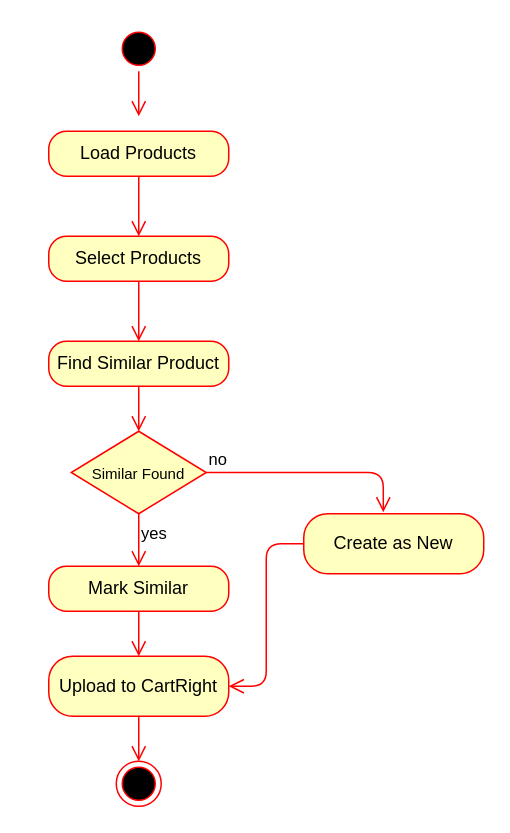
Above: products_map.drawio in shoaibijaz/soding (draw.io), before the change. Source tidied: cells renumbered, new cells numbered last; positions are measured from the earlier drawing's top-left corner, leaving out a move shared by most shapes. Both pictures are drawn from the tidied source at 150%, with x=0, y=0 at pixel (48, 26).
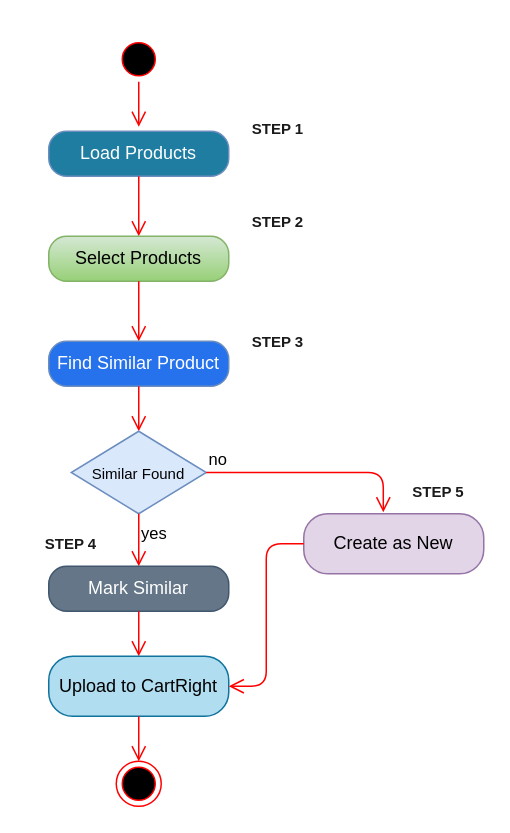
After the change.

Diff of the diagram source:
```diff
@@
     <mxCell id="2" style="ellipse;html=1;shape=startState;fillColor=#000000;strokeColor=#ff0000;" parent="1" vertex="1">
-      <mxGeometry x="45" width="30" height="30" as="geometry" />
+      <mxGeometry x="45" y="7" width="30" height="30" as="geometry" />
     </mxCell>
     <mxCell id="3" style="edgeStyle=orthogonalEdgeStyle;html=1;verticalAlign=bottom;endArrow=open;endSize=8;strokeColor=#ff0000;" parent="1" edge="1" source="2">
       <mxGeometry relative="1" as="geometry">
-        <mxPoint x="60" y="60" as="targetPoint" />
+        <mxPoint x="60" y="67" as="targetPoint" />
       </mxGeometry>
     </mxCell>
-    <mxCell id="4" value="Load Products" style="rounded=1;whiteSpace=wrap;html=1;arcSize=40;fontColor=#000000;fillColor=#ffffc0;strokeColor=#ff0000;" parent="1" vertex="1">
+    <mxCell id="4" value="Load Products" style="rounded=1;whiteSpace=wrap;html=1;arcSize=40;fillColor=#1e7da0;strokeColor=#6c8ebf;fontColor=#FFFFFF;" parent="1" vertex="1">
       <mxGeometry y="70" width="120" height="30" as="geometry" />
     </mxCell>
@@
-    <mxCell id="6" value="Select Products" style="rounded=1;whiteSpace=wrap;html=1;arcSize=40;fontColor=#000000;fillColor=#ffffc0;strokeColor=#ff0000;" parent="1" vertex="1">
+    <mxCell id="6" value="Select Products" style="rounded=1;whiteSpace=wrap;html=1;arcSize=40;fillColor=#d5e8d4;strokeColor=#82b366;gradientColor=#97d077;" parent="1" vertex="1">
       <mxGeometry y="140" width="120" height="30" as="geometry" />
     </mxCell>
@@
-    <mxCell id="8" value="Find Similar Product" style="rounded=1;whiteSpace=wrap;html=1;arcSize=40;fontColor=#000000;fillColor=#ffffc0;strokeColor=#ff0000;" parent="1" vertex="1">
+    <mxCell id="8" value="Find Similar Product" style="rounded=1;whiteSpace=wrap;html=1;arcSize=40;fillColor=#2672ec;strokeColor=#6C8EBF;fontColor=#FFFFFF;" parent="1" vertex="1">
       <mxGeometry y="210" width="120" height="30" as="geometry" />
     </mxCell>
@@
-    <mxCell id="10" value="Similar Found" style="rhombus;whiteSpace=wrap;html=1;fillColor=#ffffc0;strokeColor=#ff0000;fontSize=10;" parent="1" vertex="1">
+    <mxCell id="10" value="Similar Found" style="rhombus;whiteSpace=wrap;html=1;fillColor=#dae8fc;strokeColor=#6c8ebf;fontSize=10;" parent="1" vertex="1">
       <mxGeometry x="15" y="270" width="90" height="55" as="geometry" />
     </mxCell>
@@
-    <mxCell id="13" value="Mark Similar" style="rounded=1;whiteSpace=wrap;html=1;arcSize=40;fontColor=#000000;fillColor=#ffffc0;strokeColor=#ff0000;" parent="1" vertex="1">
+    <mxCell id="13" value="Mark Similar" style="rounded=1;whiteSpace=wrap;html=1;arcSize=40;fontColor=#ffffff;fillColor=#647687;strokeColor=#40576E;" parent="1" vertex="1">
       <mxGeometry y="360" width="120" height="30" as="geometry" />
     </mxCell>
@@
-    <mxCell id="15" value="Upload to CartRight" style="rounded=1;whiteSpace=wrap;html=1;arcSize=40;fontColor=#000000;fillColor=#ffffc0;strokeColor=#ff0000;" parent="1" vertex="1">
+    <mxCell id="15" value="Upload to CartRight" style="rounded=1;whiteSpace=wrap;html=1;arcSize=40;fillColor=#b1ddf0;strokeColor=#10739e;" parent="1" vertex="1">
       <mxGeometry y="420" width="120" height="40" as="geometry" />
     </mxCell>
@@
-    <mxCell id="18" value="Create as New" style="rounded=1;whiteSpace=wrap;html=1;arcSize=40;fontColor=#000000;fillColor=#ffffc0;strokeColor=#ff0000;" parent="1" vertex="1">
+    <mxCell id="18" value="Create as New" style="rounded=1;whiteSpace=wrap;html=1;arcSize=40;fillColor=#e1d5e7;strokeColor=#9673a6;" parent="1" vertex="1">
       <mxGeometry x="170" y="325" width="120" height="40" as="geometry" />
     </mxCell>
@@
+    <mxCell id="20" value="&lt;font style=&quot;font-size: 10px;&quot;&gt;STEP 1&lt;/font&gt;" style="text;html=1;strokeColor=none;fillColor=none;align=center;verticalAlign=middle;whiteSpace=wrap;rounded=0;fontSize=10;fontColor=#1A1A1A;fontStyle=1;" parent="1" vertex="1">
+      <mxGeometry x="123" y="58" width="60" height="20" as="geometry" />
+    </mxCell>
+    <mxCell id="21" value="&lt;font style=&quot;font-size: 10px;&quot;&gt;STEP 2&lt;/font&gt;" style="text;html=1;strokeColor=none;fillColor=none;align=center;verticalAlign=middle;whiteSpace=wrap;rounded=0;fontSize=10;fontColor=#1A1A1A;fontStyle=1;" parent="1" vertex="1">
+      <mxGeometry x="123" y="120" width="60" height="20" as="geometry" />
+    </mxCell>
+    <mxCell id="22" value="&lt;font style=&quot;font-size: 10px;&quot;&gt;STEP 3&lt;br style=&quot;font-size: 10px;&quot;&gt;&lt;/font&gt;" style="text;html=1;strokeColor=none;fillColor=none;align=center;verticalAlign=middle;whiteSpace=wrap;rounded=0;fontSize=10;fontColor=#1A1A1A;fontStyle=1;" parent="1" vertex="1">
+      <mxGeometry x="123" y="200" width="60" height="20" as="geometry" />
+    </mxCell>
+    <mxCell id="23" value="&lt;font style=&quot;font-size: 10px;&quot;&gt;STEP 4&lt;/font&gt;" style="text;html=1;strokeColor=none;fillColor=none;align=center;verticalAlign=middle;whiteSpace=wrap;rounded=0;fontSize=10;fontColor=#1A1A1A;fontStyle=1;" parent="1" vertex="1">
+      <mxGeometry x="-15" y="335" width="60" height="20" as="geometry" />
+    </mxCell>
+    <mxCell id="24" value="&lt;font style=&quot;font-size: 10px&quot;&gt;STEP 5&lt;br style=&quot;font-size: 10px&quot;&gt;&lt;/font&gt;" style="text;html=1;strokeColor=none;fillColor=none;align=center;verticalAlign=middle;whiteSpace=wrap;rounded=0;fontSize=10;fontColor=#1A1A1A;fontStyle=1;" parent="1" vertex="1">
+      <mxGeometry x="230" y="300" width="60" height="20" as="geometry" />
+    </mxCell>
```
